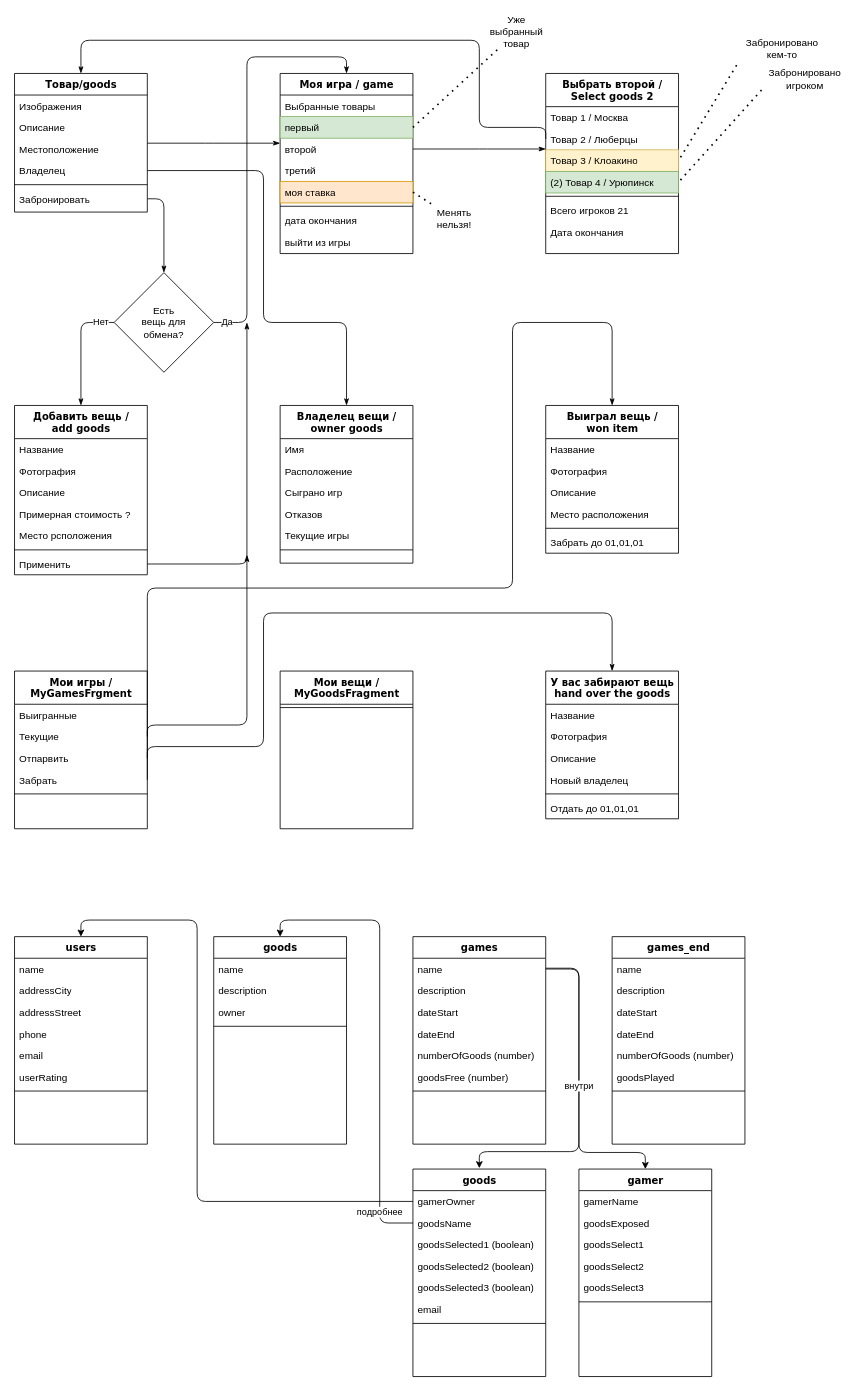
The draw.io diagram Untitled Diagram.drawio in hazik76/Transmit, before the edit. Source tidied: cells renumbered, new cells numbered last; positions are measured from the earlier drawing's top-left corner, leaving out a move shared by most shapes. Both pictures are drawn from the tidied source at 83%, with x=0, y=0 at pixel (14, 15).
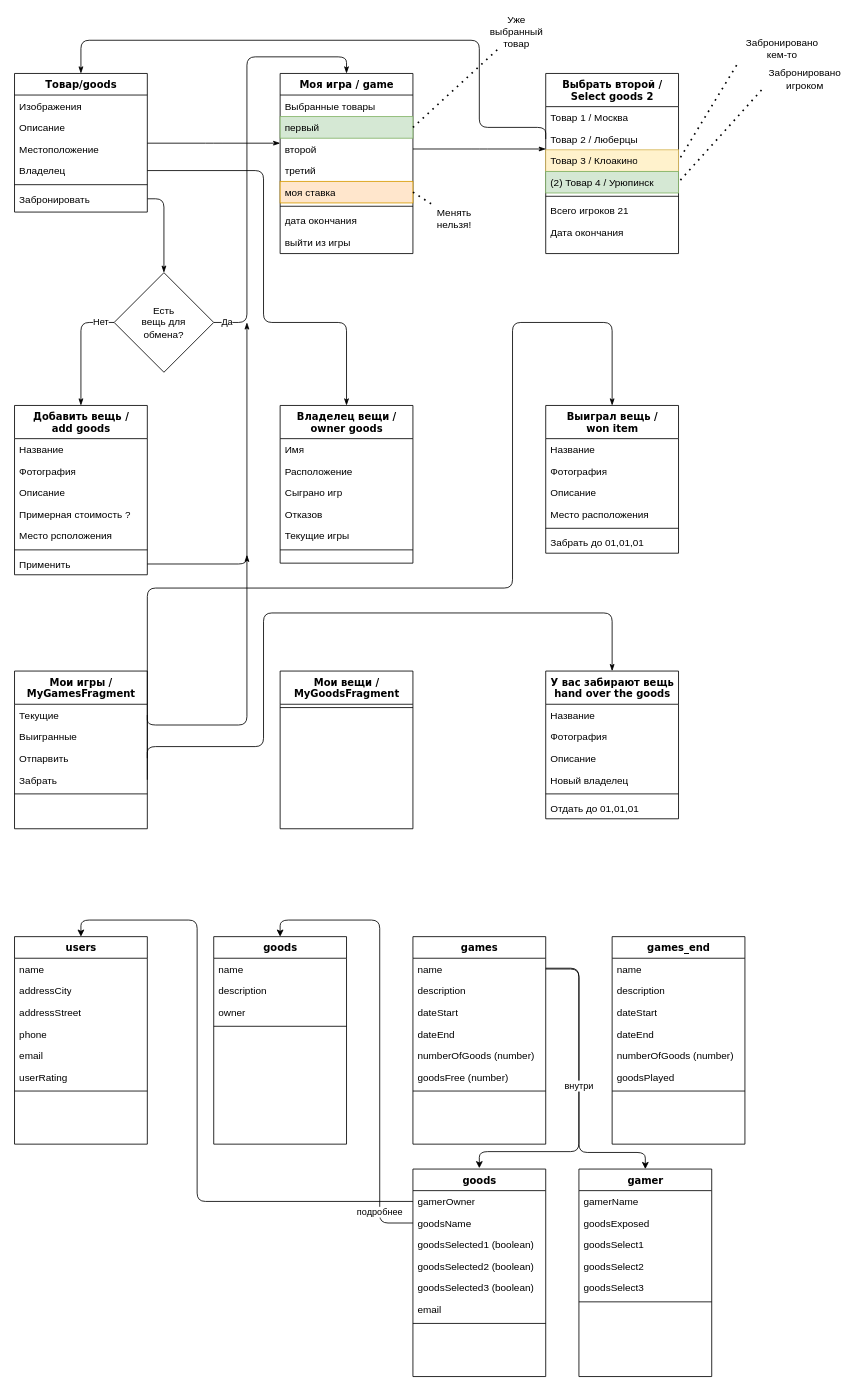
After the change.

Change to the diagram source:
```diff
@@
-    <mxCell id="75" value="Мои игры /&lt;br&gt;MyGamesFrgment" style="swimlane;html=1;fontStyle=1;align=center;verticalAlign=top;horizontal=1;startSize=40;swimlaneFillColor=#ffffff;rounded=0;shadow=0;comic=0;labelBackgroundColor=none;strokeWidth=1;fillColor=none;fontFamily=Verdana;fontSize=12;" parent="1" vertex="1">
+    <mxCell id="75" value="Мои игры /&lt;br&gt;MyGamesFragment" style="swimlane;html=1;fontStyle=1;align=center;verticalAlign=top;horizontal=1;startSize=40;swimlaneFillColor=#ffffff;rounded=0;shadow=0;comic=0;labelBackgroundColor=none;strokeWidth=1;fillColor=none;fontFamily=Verdana;fontSize=12;" parent="1" vertex="1">
       <mxGeometry y="790" width="160" height="190" as="geometry" />
     </mxCell>
+    <mxCell id="77" value="Текущие" style="text;html=1;strokeColor=none;fillColor=none;align=left;verticalAlign=top;spacingLeft=4;spacingRight=4;whiteSpace=wrap;overflow=hidden;points=[[0,0.5],[1,0.5]];portConstraint=eastwest;" parent="75" vertex="1">
+      <mxGeometry y="40" width="160" height="26" as="geometry" />
+    </mxCell>
     <mxCell id="76" value="Выигранные" style="text;html=1;strokeColor=none;fillColor=none;align=left;verticalAlign=top;spacingLeft=4;spacingRight=4;whiteSpace=wrap;overflow=hidden;" parent="75" vertex="1">
-      <mxGeometry y="40" width="160" height="26" as="geometry" />
+      <mxGeometry y="66" width="160" height="26" as="geometry" />
     </mxCell>
-    <mxCell id="77" value="Текущие" style="text;html=1;strokeColor=none;fillColor=none;align=left;verticalAlign=top;spacingLeft=4;spacingRight=4;whiteSpace=wrap;overflow=hidden;points=[[0,0.5],[1,0.5]];portConstraint=eastwest;" parent="75" vertex="1">
-      <mxGeometry y="66" width="160" height="26" as="geometry" />
-    </mxCell>
```
